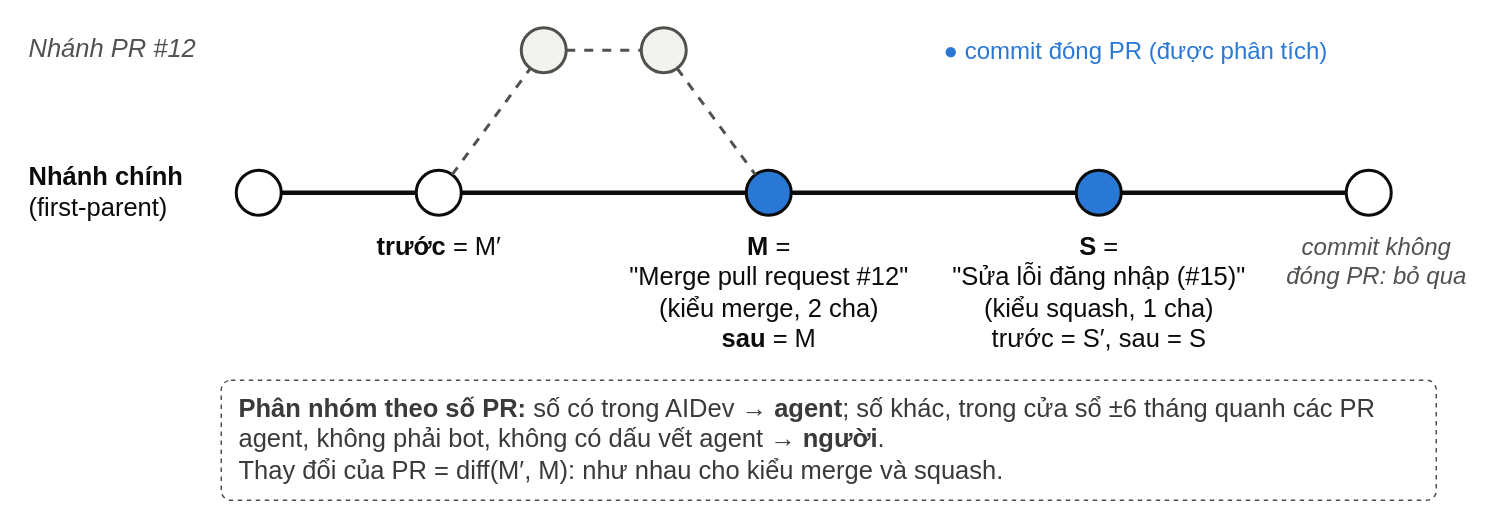
Earlier version of the draw.io diagram results/figures/src/fig_pr_identification.drawio (Russell1817/XOI-MON-KIEN-TRUC-DO-AI-AGENT). Source tidied: cells renumbered, new cells numbered last; positions are measured from the earlier drawing's top-left corner, leaving out a move shared by most shapes. Both pictures are drawn from the tidied source at 150%, with x=0, y=0 at pixel (26, 27).
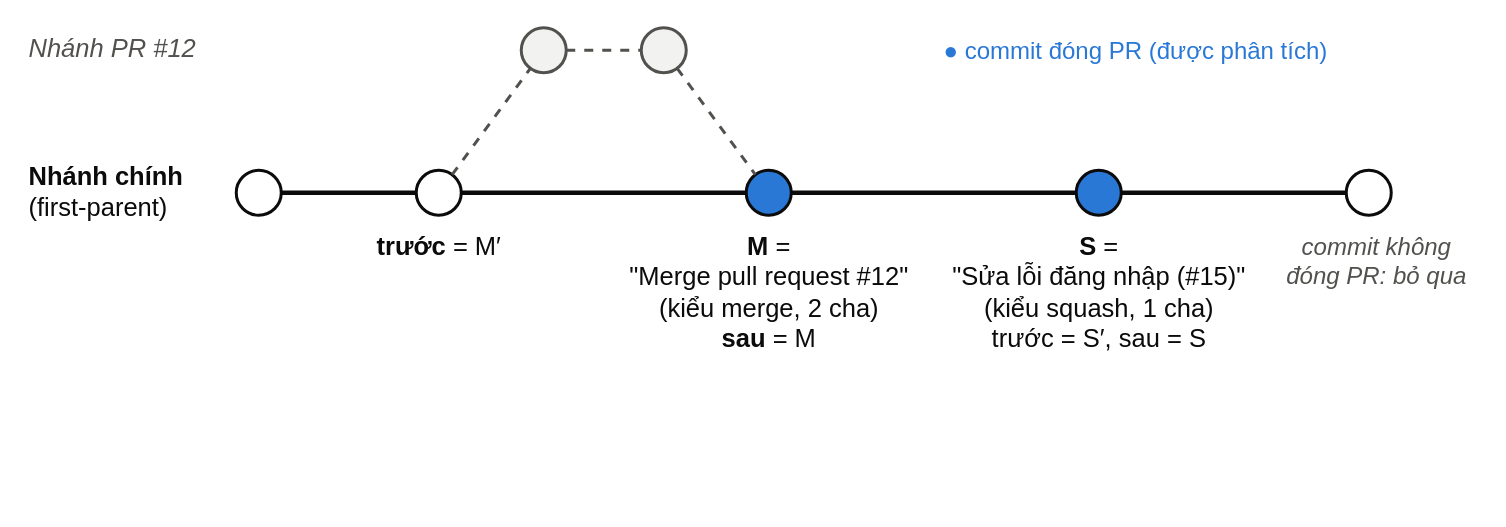
After the change.

Commit message (it also covers changes not shown here):
feat(figures): English figure variants; simplify figures 1 and 2

What changed in the source:
```diff
@@
-    <mxCell id="22" value="&lt;b&gt;Phân nhóm theo số PR:&lt;/b&gt; số có trong AIDev → &lt;b&gt;agent&lt;/b&gt;; số khác, trong cửa sổ ±6 tháng quanh các PR agent, không phải bot, không có dấu vết agent → &lt;b&gt;người&lt;/b&gt;.&lt;br&gt;Thay đổi của PR = diff(M′, M): như nhau cho kiểu merge và squash." style="rounded=1;whiteSpace=wrap;html=1;arcSize=8;fillColor=#FFFFFF;strokeColor=#52514E;dashed=1;fontFamily=Arial;fontSize=17;fontColor=#3A3A38;align=left;spacingLeft=10;" parent="1" vertex="1">
-      <mxGeometry x="130" y="235" width="810" height="80" as="geometry" />
-    </mxCell>
```
